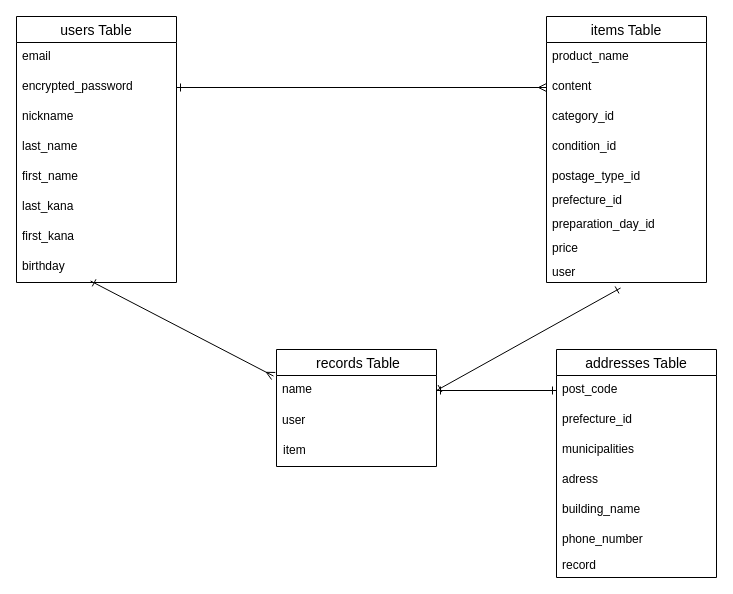
The draw.io diagram test.dio in swift080687/furima-38016, before the edit. Source tidied: cells renumbered, new cells numbered last; positions are measured from the earlier drawing's top-left corner, leaving out a move shared by most shapes. Both pictures are drawn from the tidied source at 100%, with x=0, y=0 at pixel (16, 16).
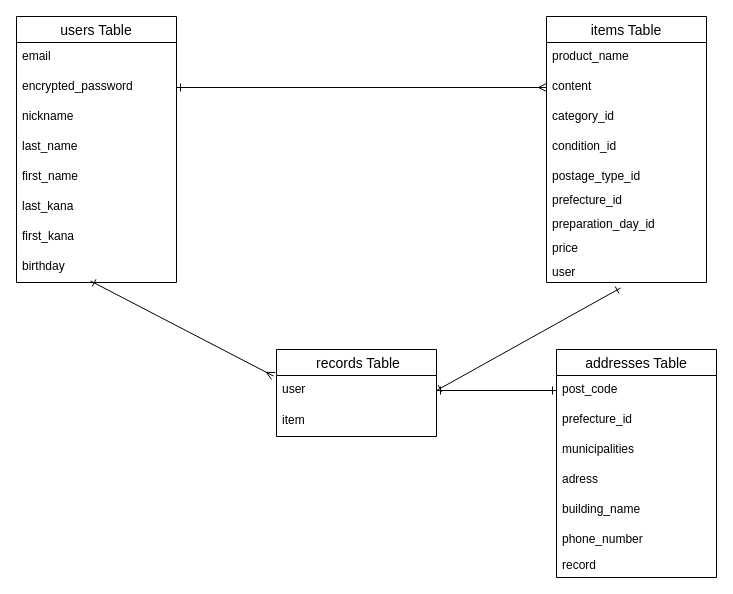
After the change.

Commit message (it also covers changes not shown here):
データベース設計_修正3

Diff of the diagram source:
```diff
@@
     <mxCell id="11" value=" records Table" style="swimlane;fontStyle=0;horizontal=1;startSize=26;align=center;fontSize=14;" parent="1" vertex="1">
-      <mxGeometry x="260" y="333" width="160" height="117" as="geometry" />
+      <mxGeometry x="260" y="333" width="160" height="87" as="geometry" />
     </mxCell>
@@
-    <mxCell id="33" value="name" style="text;strokeColor=none;fillColor=none;spacingLeft=4;spacingRight=4;overflow=hidden;points=[[0,0.5],[1,0.5]];portConstraint=eastwest;fontSize=12;" parent="1" vertex="1">
+    <mxCell id="33" value="user" style="text;strokeColor=none;fillColor=none;spacingLeft=4;spacingRight=4;overflow=hidden;points=[[0,0.5],[1,0.5]];portConstraint=eastwest;fontSize=12;" parent="1" vertex="1">
       <mxGeometry x="260" y="359" width="160" height="30" as="geometry" />
     </mxCell>
@@
-    <mxCell id="35" value="user" style="text;strokeColor=none;fillColor=none;spacingLeft=4;spacingRight=4;overflow=hidden;fontSize=12;" parent="1" vertex="1">
+    <mxCell id="35" value="item" style="text;strokeColor=none;fillColor=none;spacingLeft=4;spacingRight=4;overflow=hidden;fontSize=12;" parent="1" vertex="1">
       <mxGeometry x="260" y="390" width="160" height="30" as="geometry" />
     </mxCell>
-    <mxCell id="36" value="item" style="text;strokeColor=none;fillColor=none;spacingLeft=4;spacingRight=4;overflow=hidden;fontSize=12;" parent="1" vertex="1">
-      <mxGeometry x="261" y="420" width="160" height="30" as="geometry" />
-    </mxCell>
```
